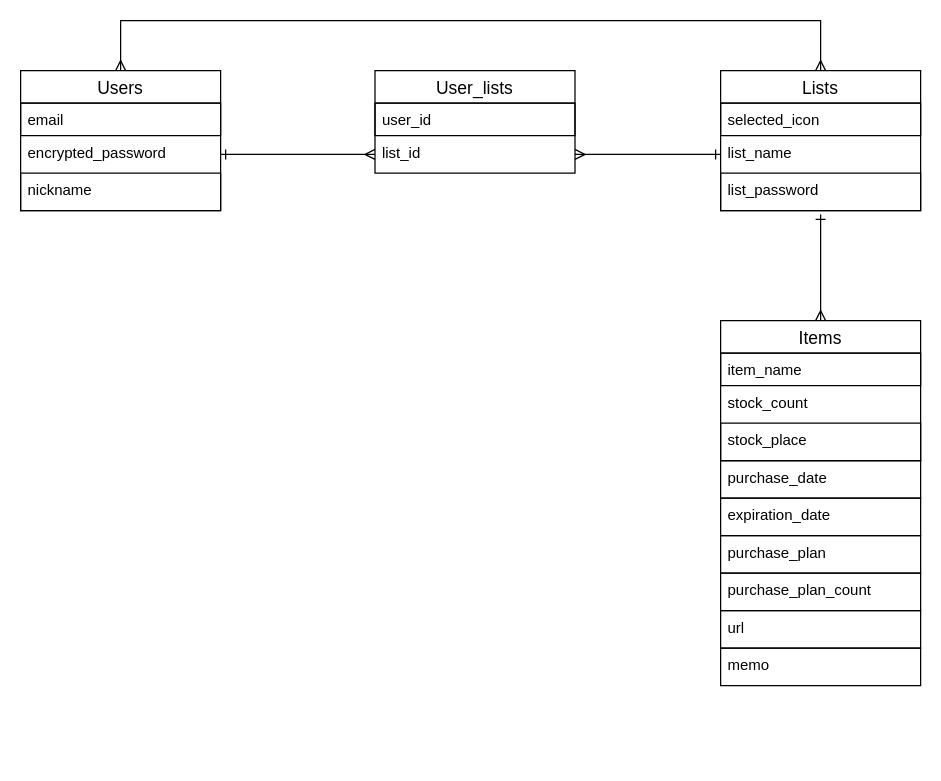
nagataku26/life-stocker keeps this draw.io diagram as er.dio. Above is the earlier version. Source tidied: cells renumbered, new cells numbered last; positions are measured from the earlier drawing's top-left corner, leaving out a move shared by most shapes. Both pictures are drawn from the tidied source at 125%, with x=0, y=0 at pixel (20, 20).
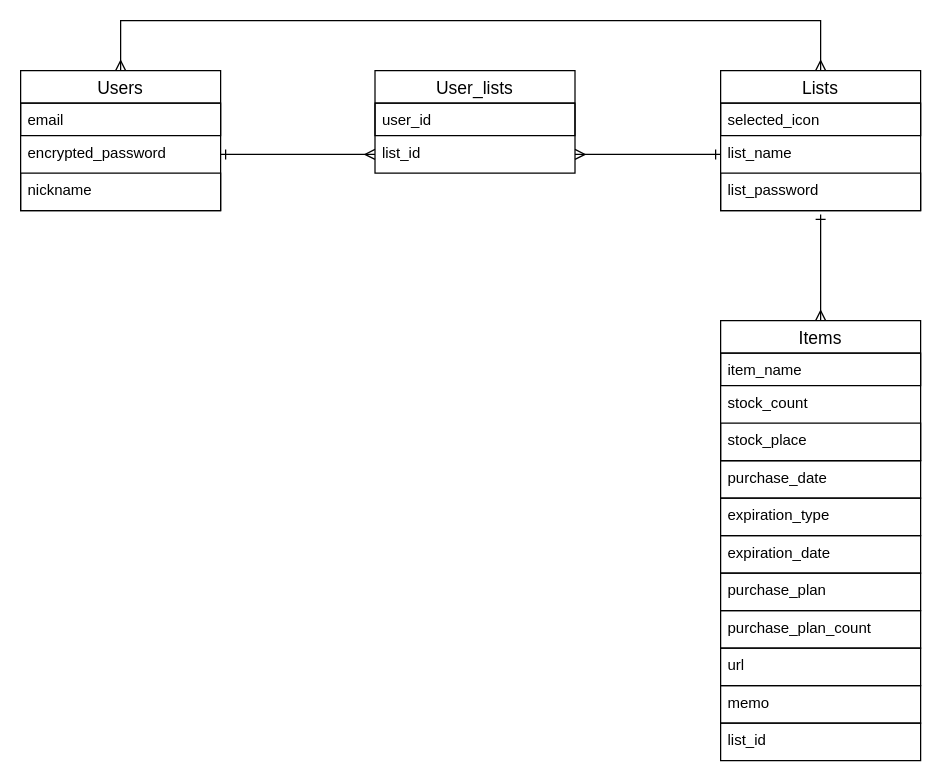
The same page after the edit.

Diff of the diagram source:
```diff
@@
-    <mxCell id="22" value="expiration_date" style="text;strokeColor=default;fillColor=none;spacingLeft=4;spacingRight=4;overflow=hidden;fontSize=12;" parent="1" vertex="1">
+    <mxCell id="22" value="expiration_type" style="text;strokeColor=default;fillColor=none;spacingLeft=4;spacingRight=4;overflow=hidden;fontSize=12;" parent="1" vertex="1">
       <mxGeometry x="560" y="382" width="160" height="30" as="geometry" />
     </mxCell>
     <mxCell id="23" value="purchase_plan" style="text;strokeColor=default;fillColor=none;spacingLeft=4;spacingRight=4;overflow=hidden;fontSize=12;" parent="1" vertex="1">
-      <mxGeometry x="560" y="412" width="160" height="30" as="geometry" />
+      <mxGeometry x="560" y="442" width="160" height="30" as="geometry" />
     </mxCell>
     <mxCell id="24" value="purchase_plan_count" style="text;strokeColor=default;fillColor=none;spacingLeft=4;spacingRight=4;overflow=hidden;fontSize=12;" parent="1" vertex="1">
-      <mxGeometry x="560" y="442" width="160" height="30" as="geometry" />
+      <mxGeometry x="560" y="472" width="160" height="30" as="geometry" />
     </mxCell>
     <mxCell id="25" value="url" style="text;strokeColor=default;fillColor=none;spacingLeft=4;spacingRight=4;overflow=hidden;fontSize=12;" parent="1" vertex="1">
-      <mxGeometry x="560" y="472" width="160" height="30" as="geometry" />
+      <mxGeometry x="560" y="502" width="160" height="30" as="geometry" />
     </mxCell>
     <mxCell id="26" value="memo" style="text;strokeColor=default;fillColor=none;spacingLeft=4;spacingRight=4;overflow=hidden;fontSize=12;" parent="1" vertex="1">
-      <mxGeometry x="560" y="502" width="160" height="30" as="geometry" />
+      <mxGeometry x="560" y="532" width="160" height="30" as="geometry" />
     </mxCell>
+    <mxCell id="27" value="expiration_date" style="text;strokeColor=default;fillColor=none;spacingLeft=4;spacingRight=4;overflow=hidden;fontSize=12;" parent="1" vertex="1">
+      <mxGeometry x="560" y="412" width="160" height="30" as="geometry" />
+    </mxCell>
+    <mxCell id="28" value="list_id" style="text;strokeColor=default;fillColor=none;spacingLeft=4;spacingRight=4;overflow=hidden;fontSize=12;" parent="1" vertex="1">
+      <mxGeometry x="560" y="562" width="160" height="30" as="geometry" />
+    </mxCell>
```
